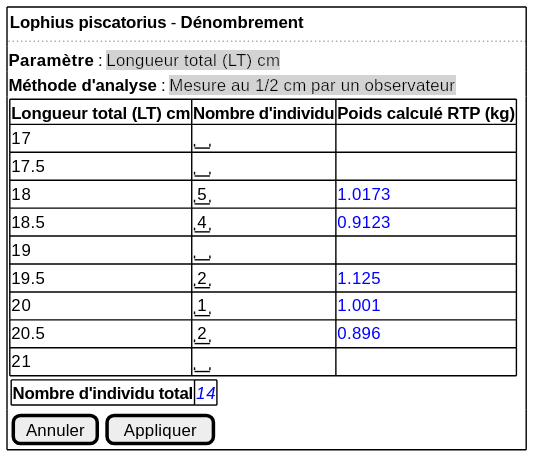
Earlier version of the PlantUML export projects/common/spe/images/numerical-enumeration.svg (sumaris-net/sumaris-doc). Its source is kept beside it as projects/common/spe/images/numerical-enumeration.puml. Its diagram source:
```plantuml
@startsalt
 {+
  { **Lophius piscatorius** - <b>Dénombrement |  }
  ..
  <b>Paramètre</b> : <back:lightgrey><font color=black size=12>Longueur total (LT) cm
  <b>Méthode d'analyse</b> : <back:lightgrey><font color=black size=12>Mesure au 1/2 cm par un observateur
  {
	{#
      <b>Longueur total (LT) cm | <b>Nombre d'individu | <b>Poids calculé RTP (kg)
      17 | " " | <color:blue>
      17.5 | " " | <color:blue>
      18 | "5" | <color:blue>1.0173
      18.5 | "4" | <color:blue>0.9123
      19 |  " " | <color:blue>
      19.5| "2" | <color:blue>1.125
      20| "1" | <color:blue>1.001
      20.5 | "2" | <color:blue>0.896
      21 | " " | <color:blue>
    } |
    .
    {
      {#
        <b>Nombre d'individu total | <i><color:blue>14
        }
     }

  }
    {[Annuler] | [Appliquer]}
  }
@endsalt
```
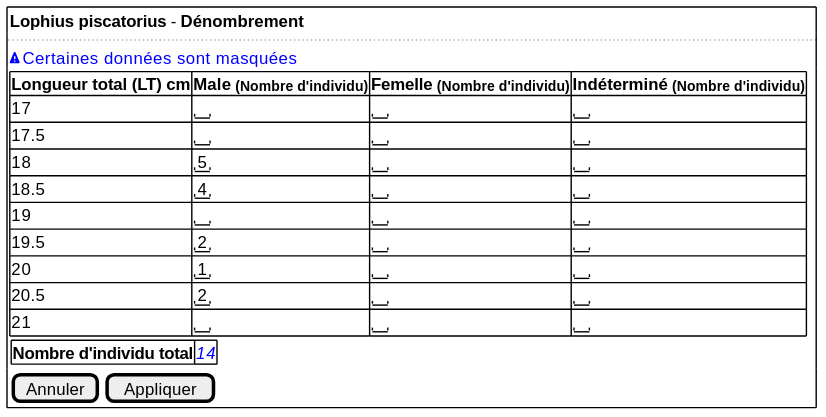
After the commit.

Diff of the diagram source:
```diff
@@ -2,20 +2,19 @@
  {+
   { **Lophius piscatorius** - <b>Dénombrement |  }
   ..
-  <b>Paramètre</b> : <back:lightgrey><font color=black size=12>Longueur total (LT) cm
-  <b>Méthode d'analyse</b> : <back:lightgrey><font color=black size=12>Mesure au 1/2 cm par un observateur
-  {
+  <color:blue><&warning>Certaines données sont masquées
+ {
 	{#
-      <b>Longueur total (LT) cm | <b>Nombre d'individu | <b>Poids calculé RTP (kg)
-      17 | " " | <color:blue>
-      17.5 | " " | <color:blue>
-      18 | "5" | <color:blue>1.0173
-      18.5 | "4" | <color:blue>0.9123
-      19 |  " " | <color:blue>
-      19.5| "2" | <color:blue>1.125
-      20| "1" | <color:blue>1.001
-      20.5 | "2" | <color:blue>0.896
-      21 | " " | <color:blue>
+      <b>Longueur total (LT) cm | <b>Male <font size=10>(Nombre d'individu) | <b>Femelle <font size=10>(Nombre d'individu) | <b>Indéterminé <font size=10>(Nombre d'individu)
+      17 | " " | " " | " "
+      17.5 | " " | " " | " "
+      18 | "5" | " " | " "
+      18.5 | "4" | " " | " "
+      19 |  " " | " " | " "
+      19.5| "2" | " " | " "
+      20| "1" | " " | " "
+      20.5 | "2" | " " | " "
+      21 | " " | " " | " "
     } |
     .
     {
```
